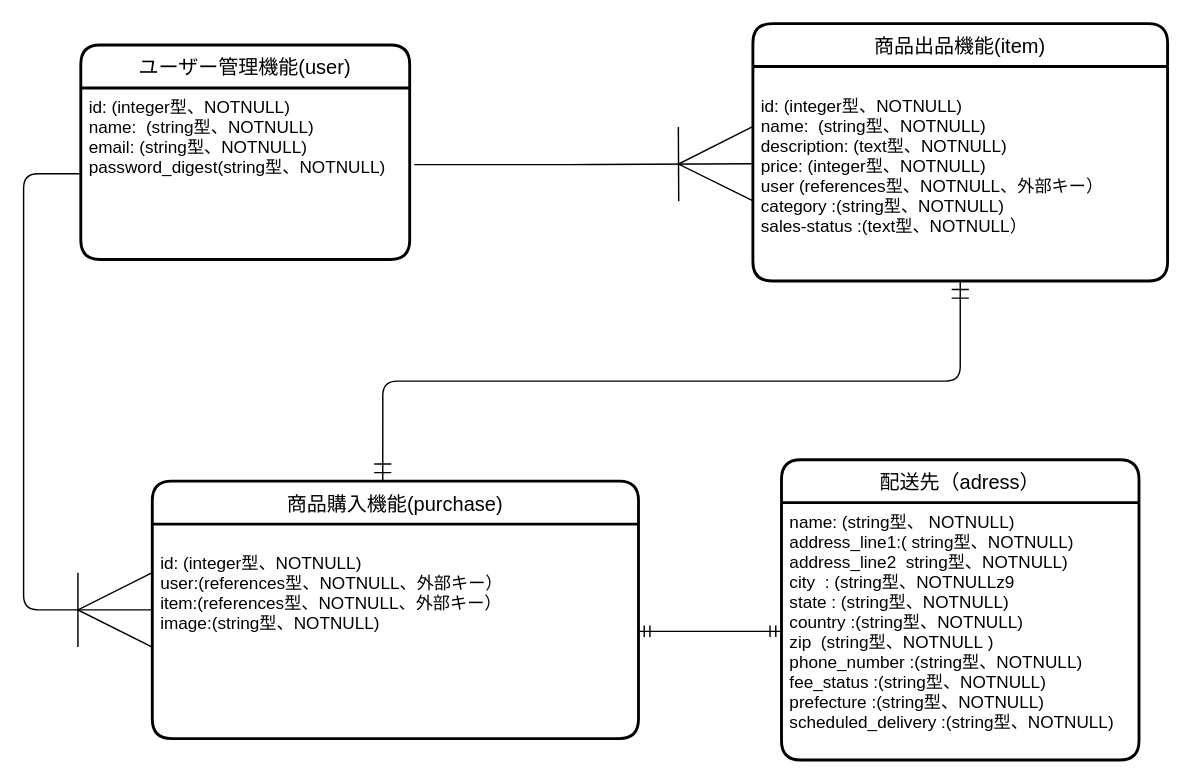
The draw.io diagram furima.dio in yoshiocamp/furima-40747, before the edit. Source tidied: cells renumbered, new cells numbered last; positions are measured from the earlier drawing's top-left corner, leaving out a move shared by most shapes. Both pictures are drawn from the tidied source at 143%, with x=0, y=0 at pixel (23, 23).
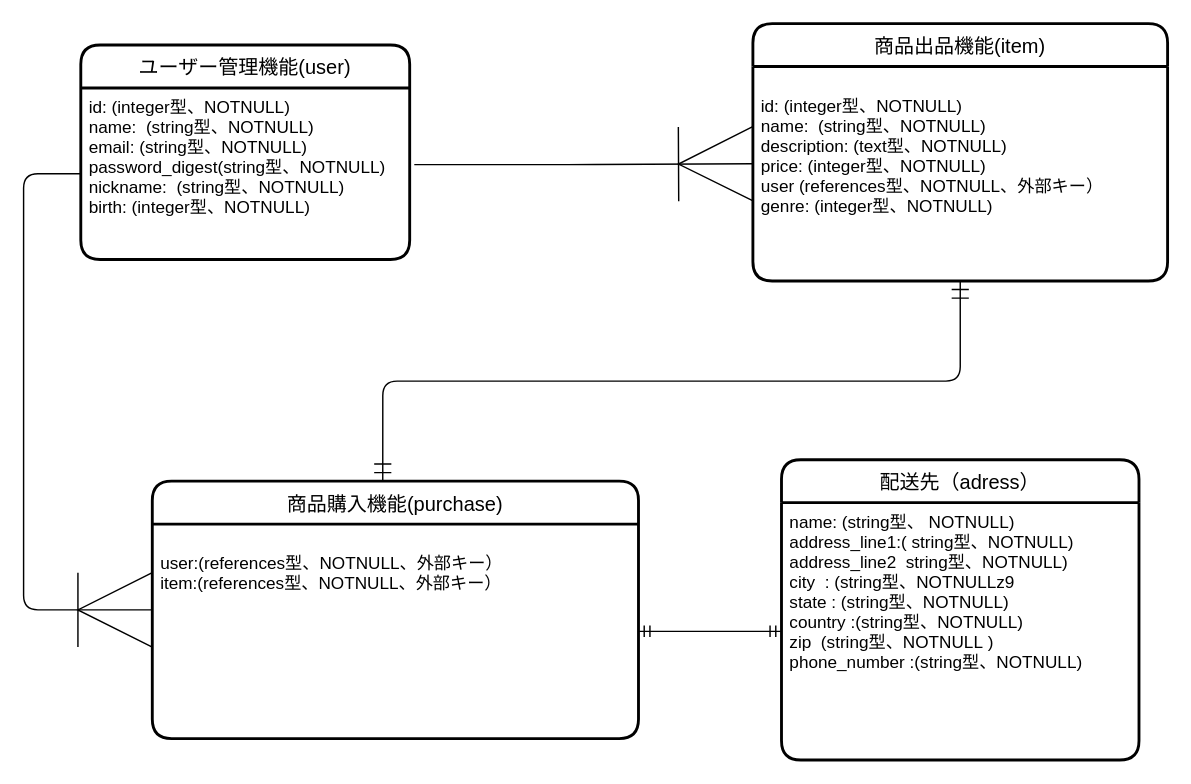
Above is the later version.

Commit message (it also covers changes not shown here):
DB設計の修正

Diff of the diagram source:
```diff
@@
 <mxGraphModel>
   <root>
     <mxCell id="0" />
     <mxCell id="1" parent="0" />
     <mxCell id="2" value="ユーザー管理機能(user)" style="swimlane;horizontal=1;startSize=30;rounded=1;fontSize=14;fontStyle=0;strokeWidth=2;shadow=0;dashed=0;align=center;" parent="1" vertex="1">
       <mxGeometry x="40" y="15" width="230" height="150" as="geometry" />
     </mxCell>
-    <mxCell id="3" value="id: (integer型、NOTNULL)&#10;name:  (string型、NOTNULL)&#10;email: (string型、NOTNULL)&#10;password_digest(string型、NOTNULL)&#10;" style="align=left;strokeColor=none;fillColor=none;spacingLeft=4;fontSize=12;verticalAlign=top;" parent="2" vertex="1">
+    <mxCell id="3" value="id: (integer型、NOTNULL)&#10;name:  (string型、NOTNULL)&#10;email: (string型、NOTNULL)&#10;password_digest(string型、NOTNULL)&#10;nickname:  (string型、NOTNULL)&#10;birth: (integer型、NOTNULL)&#10;" style="align=left;strokeColor=none;fillColor=none;spacingLeft=4;fontSize=12;verticalAlign=top;" parent="2" vertex="1">
       <mxGeometry y="30" width="230" height="120" as="geometry" />
     </mxCell>
     <mxCell id="4" value="商品購入機能(purchase)" style="swimlane;horizontal=1;startSize=30;rounded=1;fontSize=14;fontStyle=0;strokeWidth=2;shadow=0;dashed=0;align=center;" parent="1" vertex="1">
       <mxGeometry x="90" y="320" width="340" height="180" as="geometry" />
     </mxCell>
-    <mxCell id="5" value="&#10;id: (integer型、NOTNULL)&#10;user:(references型、NOTNULL、外部キー）&#10;item:(references型、NOTNULL、外部キー）&#10;image:(string型、NOTNULL)" style="align=left;strokeColor=none;fillColor=none;spacingLeft=4;fontSize=12;verticalAlign=top;" parent="4" vertex="1">
+    <mxCell id="5" value="&#10;user:(references型、NOTNULL、外部キー）&#10;item:(references型、NOTNULL、外部キー）&#10;" style="align=left;strokeColor=none;fillColor=none;spacingLeft=4;fontSize=12;verticalAlign=top;" parent="4" vertex="1">
       <mxGeometry y="30" width="340" height="150" as="geometry" />
     </mxCell>
     <mxCell id="6" value="商品出品機能(item)" style="swimlane;horizontal=1;startSize=30;rounded=1;fontSize=14;fontStyle=0;strokeWidth=2;shadow=0;dashed=0;align=center;" parent="1" vertex="1">
       <mxGeometry x="510" width="290" height="180" as="geometry" />
     </mxCell>
-    <mxCell id="7" value="&#10;id: (integer型、NOTNULL)&#10;name:  (string型、NOTNULL)&#10;description: (text型、NOTNULL)&#10;price: (integer型、NOTNULL)&#10;user (references型、NOTNULL、外部キー）&#10;category :(string型、NOTNULL)&#10;sales-status :(text型、NOTNULL）" style="align=left;strokeColor=none;fillColor=none;spacingLeft=4;fontSize=12;verticalAlign=top;" parent="6" vertex="1">
+    <mxCell id="7" value="&#10;id: (integer型、NOTNULL)&#10;name:  (string型、NOTNULL)&#10;description: (text型、NOTNULL)&#10;price: (integer型、NOTNULL)&#10;user (references型、NOTNULL、外部キー）&#10;genre: (integer型、NOTNULL)" style="align=left;strokeColor=none;fillColor=none;spacingLeft=4;fontSize=12;verticalAlign=top;" parent="6" vertex="1">
       <mxGeometry y="30" width="290" height="150" as="geometry" />
     </mxCell>
     <mxCell id="8" style="edgeStyle=orthogonalEdgeStyle;fontSize=12;html=1;endArrow=ERoneToMany;exitX=1.014;exitY=0.447;exitDx=0;exitDy=0;exitPerimeter=0;endSize=50;startSize=10;targetPerimeterSpacing=0;sourcePerimeterSpacing=0;jumpSize=5;jumpStyle=none;" parent="1" edge="1" source="3">
       <mxGeometry relative="1" as="geometry">
         <mxPoint x="510" y="98" as="targetPoint" />
       </mxGeometry>
     </mxCell>
     <mxCell id="9" style="edgeStyle=orthogonalEdgeStyle;fontSize=12;html=1;endArrow=ERoneToMany;startSize=10;endSize=50;sourcePerimeterSpacing=0;targetPerimeterSpacing=0;jumpStyle=none;jumpSize=5;entryX=0;entryY=0.5;entryDx=0;entryDy=0;exitX=0;exitY=0.5;exitDx=0;exitDy=0;" parent="1" edge="1" source="3" target="4">
       <mxGeometry relative="1" as="geometry">
         <Array as="points">
           <mxPoint y="105" />
           <mxPoint y="410" />
         </Array>
       </mxGeometry>
     </mxCell>
     <mxCell id="10" style="fontSize=12;html=1;endArrow=ERmandOne;startArrow=ERmandOne;startSize=10;endSize=10;sourcePerimeterSpacing=0;targetPerimeterSpacing=0;jumpStyle=none;jumpSize=5;entryX=0.5;entryY=1;entryDx=0;entryDy=0;exitX=0.474;exitY=0;exitDx=0;exitDy=0;edgeStyle=orthogonalEdgeStyle;exitPerimeter=0;" parent="1" edge="1" source="4" target="7">
       <mxGeometry relative="1" as="geometry" />
     </mxCell>
     <mxCell id="11" value="配送先（adress）" style="swimlane;horizontal=1;startSize=30;rounded=1;fontSize=14;fontStyle=0;strokeWidth=2;shadow=0;dashed=0;align=center;" parent="1" vertex="1">
       <mxGeometry x="530" y="305" width="250" height="210" as="geometry" />
     </mxCell>
-    <mxCell id="12" value="name: (string型、 NOTNULL)&#10;address_line1:( string型、NOTNULL)&#10;address_line2  string型、NOTNULL)        &#10;city  : (string型、NOTNULLz9&#10;state : (string型、NOTNULL)              &#10;country :(string型、NOTNULL)&#10;zip  (string型、NOTNULL )       &#10;phone_number :(string型、NOTNULL)&#10;fee_status :(string型、NOTNULL)&#10;prefecture :(string型、NOTNULL)&#10;scheduled_delivery :(string型、NOTNULL)" style="align=left;strokeColor=none;fillColor=none;spacingLeft=4;fontSize=12;verticalAlign=top;" parent="11" vertex="1">
+    <mxCell id="12" value="name: (string型、 NOTNULL)&#10;address_line1:( string型、NOTNULL)&#10;address_line2  string型、NOTNULL)        &#10;city  : (string型、NOTNULLz9&#10;state : (string型、NOTNULL)              &#10;country :(string型、NOTNULL)&#10;zip  (string型、NOTNULL )       &#10;phone_number :(string型、NOTNULL)&#10;" style="align=left;strokeColor=none;fillColor=none;spacingLeft=4;fontSize=12;verticalAlign=top;" parent="11" vertex="1">
       <mxGeometry y="30" width="250" height="180" as="geometry" />
     </mxCell>
     <mxCell id="13" style="edgeStyle=entityRelationEdgeStyle;fontSize=12;html=1;endArrow=ERmandOne;startArrow=ERmandOne;exitX=1;exitY=0.5;exitDx=0;exitDy=0;entryX=0;entryY=0.5;entryDx=0;entryDy=0;" parent="1" edge="1" source="5" target="12">
       <mxGeometry relative="1" as="geometry" />
     </mxCell>
   </root>
 </mxGraphModel>
```
